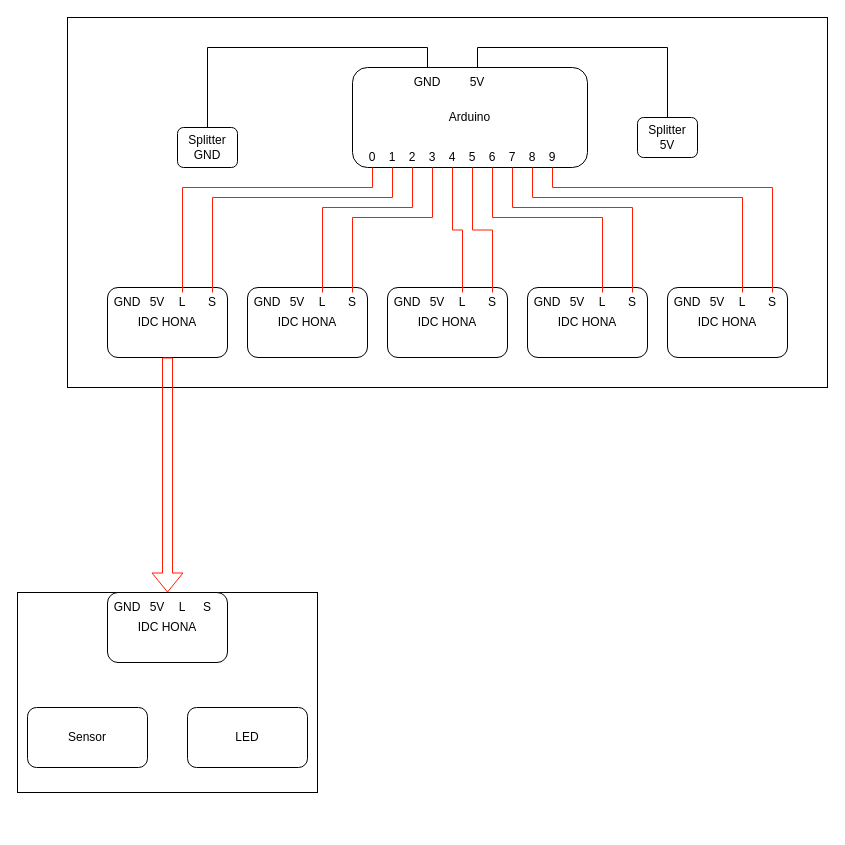
This is drawings/full_scetch.drawio from MattiasBerglund/christmas_gift, a draw.io file, before an edit. Source tidied: cells renumbered, new cells numbered last; positions are measured from the earlier drawing's top-left corner, leaving out a move shared by most shapes. Both pictures are drawn from the tidied source at 100%, with x=0, y=0 at pixel (17, 17).
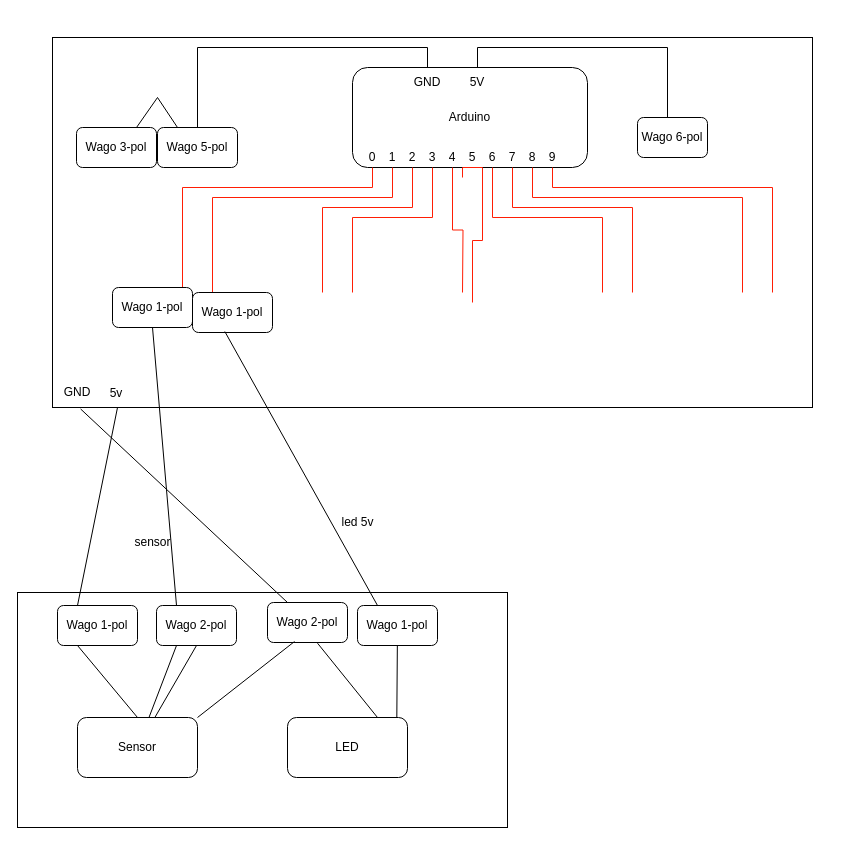
After the change.

Commit message (it also covers changes not shown here):
Christmas day: Some trimming with Henke

The change refers to these unchanged cells:
```xml
<mxCell id="36" value="0" style="text;html=1;strokeColor=none;fillColor=none;align=center;verticalAlign=middle;whiteSpace=wrap;rounded=0;" parent="1" vertex="1">
  <mxGeometry x="340" y="130" width="30" height="20" as="geometry" />
</mxCell>
<mxCell id="38" value="1" style="text;html=1;strokeColor=none;fillColor=none;align=center;verticalAlign=middle;whiteSpace=wrap;rounded=0;" parent="1" vertex="1">
  <mxGeometry x="360" y="130" width="30" height="20" as="geometry" />
</mxCell>
<mxCell id="40" value="2" style="text;html=1;strokeColor=none;fillColor=none;align=center;verticalAlign=middle;whiteSpace=wrap;rounded=0;" parent="1" vertex="1">
  <mxGeometry x="380" y="130" width="30" height="20" as="geometry" />
</mxCell>
<mxCell id="42" value="3" style="text;html=1;strokeColor=none;fillColor=none;align=center;verticalAlign=middle;whiteSpace=wrap;rounded=0;" parent="1" vertex="1">
  <mxGeometry x="400" y="130" width="30" height="20" as="geometry" />
</mxCell>
<mxCell id="44" value="4" style="text;html=1;strokeColor=none;fillColor=none;align=center;verticalAlign=middle;whiteSpace=wrap;rounded=0;" parent="1" vertex="1">
  <mxGeometry x="420" y="130" width="30" height="20" as="geometry" />
</mxCell>
<mxCell id="46" value="5" style="text;html=1;strokeColor=none;fillColor=none;align=center;verticalAlign=middle;whiteSpace=wrap;rounded=0;" parent="1" vertex="1">
  <mxGeometry x="440" y="130" width="30" height="20" as="geometry" />
</mxCell>
<mxCell id="48" value="6" style="text;html=1;strokeColor=none;fillColor=none;align=center;verticalAlign=middle;whiteSpace=wrap;rounded=0;" parent="1" vertex="1">
  <mxGeometry x="460" y="130" width="30" height="20" as="geometry" />
</mxCell>
<mxCell id="50" value="7" style="text;html=1;strokeColor=none;fillColor=none;align=center;verticalAlign=middle;whiteSpace=wrap;rounded=0;" parent="1" vertex="1">
  <mxGeometry x="480" y="130" width="30" height="20" as="geometry" />
</mxCell>
<mxCell id="52" value="8" style="text;html=1;strokeColor=none;fillColor=none;align=center;verticalAlign=middle;whiteSpace=wrap;rounded=0;" parent="1" vertex="1">
  <mxGeometry x="500" y="130" width="30" height="20" as="geometry" />
</mxCell>
<mxCell id="54" value="9" style="text;html=1;strokeColor=none;fillColor=none;align=center;verticalAlign=middle;whiteSpace=wrap;rounded=0;" parent="1" vertex="1">
  <mxGeometry x="520" y="130" width="30" height="20" as="geometry" />
</mxCell>
```

Change to the diagram source:
```diff
@@
     <mxCell id="2" style="rounded=0;whiteSpace=wrap;html=1;" parent="1" vertex="1">
-      <mxGeometry x="50" width="760" height="370" as="geometry" />
+      <mxGeometry x="35" y="20" width="760" height="370" as="geometry" />
     </mxCell>
@@
-    <mxCell id="4" value="IDC HONA" style="rounded=1;whiteSpace=wrap;html=1;" parent="1" vertex="1">
-      <mxGeometry x="90" y="270" width="120" height="70" as="geometry" />
-    </mxCell>
@@
-    <mxCell id="9" value="Splitter&lt;br&gt;GND" style="rounded=1;whiteSpace=wrap;html=1;" parent="1" vertex="1">
-      <mxGeometry x="160" y="110" width="60" height="40" as="geometry" />
+    <mxCell id="9" value="Wago 5-pol" style="rounded=1;whiteSpace=wrap;html=1;" parent="1" vertex="1">
+      <mxGeometry x="140" y="110" width="80" height="40" as="geometry" />
     </mxCell>
-    <mxCell id="10" value="Splitter&lt;br&gt;5V" style="rounded=1;whiteSpace=wrap;html=1;" parent="1" vertex="1">
-      <mxGeometry x="620" y="100" width="60" height="40" as="geometry" />
+    <mxCell id="10" value="Wago 6-pol&lt;br&gt;" style="rounded=1;whiteSpace=wrap;html=1;" parent="1" vertex="1">
+      <mxGeometry x="620" y="100" width="70" height="40" as="geometry" />
     </mxCell>
-    <mxCell id="11" value="GND" style="text;html=1;strokeColor=none;fillColor=none;align=center;verticalAlign=middle;whiteSpace=wrap;rounded=0;" parent="1" vertex="1">
-      <mxGeometry x="90" y="275" width="40" height="20" as="geometry" />
-    </mxCell>
-    <mxCell id="12" value="L" style="text;html=1;strokeColor=none;fillColor=none;align=center;verticalAlign=middle;whiteSpace=wrap;rounded=0;" parent="1" vertex="1">
-      <mxGeometry x="150" y="275" width="30" height="20" as="geometry" />
-    </mxCell>
-    <mxCell id="13" value="5V" style="text;html=1;strokeColor=none;fillColor=none;align=center;verticalAlign=middle;whiteSpace=wrap;rounded=0;" parent="1" vertex="1">
-      <mxGeometry x="130" y="275" width="20" height="20" as="geometry" />
-    </mxCell>
-    <mxCell id="14" value="S" style="text;html=1;strokeColor=none;fillColor=none;align=center;verticalAlign=middle;whiteSpace=wrap;rounded=0;" parent="1" vertex="1">
-      <mxGeometry x="180" y="275" width="30" height="20" as="geometry" />
-    </mxCell>
-    <mxCell id="15" value="IDC HONA" style="rounded=1;whiteSpace=wrap;html=1;" parent="1" vertex="1">
-      <mxGeometry x="230" y="270" width="120" height="70" as="geometry" />
-    </mxCell>
-    <mxCell id="16" value="GND" style="text;html=1;strokeColor=none;fillColor=none;align=center;verticalAlign=middle;whiteSpace=wrap;rounded=0;" parent="1" vertex="1">
-      <mxGeometry x="230" y="275" width="40" height="20" as="geometry" />
-    </mxCell>
-    <mxCell id="17" value="L" style="text;html=1;strokeColor=none;fillColor=none;align=center;verticalAlign=middle;whiteSpace=wrap;rounded=0;" parent="1" vertex="1">
-      <mxGeometry x="290" y="275" width="30" height="20" as="geometry" />
-    </mxCell>
-    <mxCell id="18" value="5V" style="text;html=1;strokeColor=none;fillColor=none;align=center;verticalAlign=middle;whiteSpace=wrap;rounded=0;" parent="1" vertex="1">
-      <mxGeometry x="270" y="275" width="20" height="20" as="geometry" />
-    </mxCell>
-    <mxCell id="19" value="S" style="text;html=1;strokeColor=none;fillColor=none;align=center;verticalAlign=middle;whiteSpace=wrap;rounded=0;" parent="1" vertex="1">
-      <mxGeometry x="320" y="275" width="30" height="20" as="geometry" />
-    </mxCell>
-    <mxCell id="20" value="IDC HONA" style="rounded=1;whiteSpace=wrap;html=1;" parent="1" vertex="1">
-      <mxGeometry x="370" y="270" width="120" height="70" as="geometry" />
-    </mxCell>
-    <mxCell id="21" value="GND" style="text;html=1;strokeColor=none;fillColor=none;align=center;verticalAlign=middle;whiteSpace=wrap;rounded=0;" parent="1" vertex="1">
-      <mxGeometry x="370" y="275" width="40" height="20" as="geometry" />
-    </mxCell>
-    <mxCell id="22" value="L" style="text;html=1;strokeColor=none;fillColor=none;align=center;verticalAlign=middle;whiteSpace=wrap;rounded=0;" parent="1" vertex="1">
-      <mxGeometry x="430" y="275" width="30" height="20" as="geometry" />
-    </mxCell>
-    <mxCell id="23" value="5V" style="text;html=1;strokeColor=none;fillColor=none;align=center;verticalAlign=middle;whiteSpace=wrap;rounded=0;" parent="1" vertex="1">
-      <mxGeometry x="410" y="275" width="20" height="20" as="geometry" />
-    </mxCell>
-    <mxCell id="24" value="S" style="text;html=1;strokeColor=none;fillColor=none;align=center;verticalAlign=middle;whiteSpace=wrap;rounded=0;" parent="1" vertex="1">
-      <mxGeometry x="460" y="275" width="30" height="20" as="geometry" />
-    </mxCell>
-    <mxCell id="25" value="IDC HONA" style="rounded=1;whiteSpace=wrap;html=1;" parent="1" vertex="1">
-      <mxGeometry x="510" y="270" width="120" height="70" as="geometry" />
-    </mxCell>
-    <mxCell id="26" value="GND" style="text;html=1;strokeColor=none;fillColor=none;align=center;verticalAlign=middle;whiteSpace=wrap;rounded=0;" parent="1" vertex="1">
-      <mxGeometry x="510" y="275" width="40" height="20" as="geometry" />
-    </mxCell>
-    <mxCell id="27" value="L" style="text;html=1;strokeColor=none;fillColor=none;align=center;verticalAlign=middle;whiteSpace=wrap;rounded=0;" parent="1" vertex="1">
-      <mxGeometry x="570" y="275" width="30" height="20" as="geometry" />
-    </mxCell>
-    <mxCell id="28" value="5V" style="text;html=1;strokeColor=none;fillColor=none;align=center;verticalAlign=middle;whiteSpace=wrap;rounded=0;" parent="1" vertex="1">
-      <mxGeometry x="550" y="275" width="20" height="20" as="geometry" />
-    </mxCell>
-    <mxCell id="29" value="S" style="text;html=1;strokeColor=none;fillColor=none;align=center;verticalAlign=middle;whiteSpace=wrap;rounded=0;" parent="1" vertex="1">
-      <mxGeometry x="600" y="275" width="30" height="20" as="geometry" />
-    </mxCell>
-    <mxCell id="30" value="IDC HONA" style="rounded=1;whiteSpace=wrap;html=1;" parent="1" vertex="1">
-      <mxGeometry x="650" y="270" width="120" height="70" as="geometry" />
-    </mxCell>
-    <mxCell id="31" value="GND" style="text;html=1;strokeColor=none;fillColor=none;align=center;verticalAlign=middle;whiteSpace=wrap;rounded=0;" parent="1" vertex="1">
-      <mxGeometry x="650" y="275" width="40" height="20" as="geometry" />
-    </mxCell>
-    <mxCell id="32" value="L" style="text;html=1;strokeColor=none;fillColor=none;align=center;verticalAlign=middle;whiteSpace=wrap;rounded=0;" parent="1" vertex="1">
-      <mxGeometry x="710" y="275" width="30" height="20" as="geometry" />
-    </mxCell>
-    <mxCell id="33" value="5V" style="text;html=1;strokeColor=none;fillColor=none;align=center;verticalAlign=middle;whiteSpace=wrap;rounded=0;" parent="1" vertex="1">
-      <mxGeometry x="690" y="275" width="20" height="20" as="geometry" />
-    </mxCell>
-    <mxCell id="34" value="S" style="text;html=1;strokeColor=none;fillColor=none;align=center;verticalAlign=middle;whiteSpace=wrap;rounded=0;" parent="1" vertex="1">
-      <mxGeometry x="740" y="275" width="30" height="20" as="geometry" />
-    </mxCell>
-    <mxCell id="35" style="edgeStyle=orthogonalEdgeStyle;rounded=0;jettySize=auto;html=1;exitX=0.5;exitY=1;exitDx=0;exitDy=0;entryX=0.5;entryY=0;entryDx=0;entryDy=0;strokeColor=#FF1E05;endArrow=none;endFill=0;" parent="1" edge="1" source="36" target="12">
+    <mxCell id="35" style="edgeStyle=orthogonalEdgeStyle;rounded=0;jettySize=auto;html=1;exitX=0.5;exitY=1;exitDx=0;exitDy=0;entryX=0.5;entryY=0;entryDx=0;entryDy=0;strokeColor=#FF1E05;endArrow=none;endFill=0;" parent="1" edge="1" source="36">
       <mxGeometry relative="1" as="geometry">
+        <mxPoint x="165" y="275" as="targetPoint" />
         <Array as="points">
           <mxPoint x="355" y="170" />
           <mxPoint x="165" y="170" />
         </Array>
       </mxGeometry>
     </mxCell>
@@
-    <mxCell id="37" style="edgeStyle=orthogonalEdgeStyle;rounded=0;jettySize=auto;html=1;entryX=0.5;entryY=0;entryDx=0;entryDy=0;strokeColor=#FF1E05;endArrow=none;endFill=0;" parent="1" edge="1" source="38" target="14">
+    <mxCell id="37" style="edgeStyle=orthogonalEdgeStyle;rounded=0;jettySize=auto;html=1;entryX=0.5;entryY=0;entryDx=0;entryDy=0;strokeColor=#FF1E05;endArrow=none;endFill=0;" parent="1" edge="1" source="38">
       <mxGeometry relative="1" as="geometry">
+        <mxPoint x="195" y="275" as="targetPoint" />
         <Array as="points">
           <mxPoint x="375" y="180" />
           <mxPoint x="195" y="180" />
         </Array>
       </mxGeometry>
     </mxCell>
@@
-    <mxCell id="39" style="edgeStyle=orthogonalEdgeStyle;rounded=0;jettySize=auto;html=1;exitX=0.5;exitY=1;exitDx=0;exitDy=0;entryX=0.5;entryY=0;entryDx=0;entryDy=0;strokeColor=#FF1E05;endArrow=none;endFill=0;" parent="1" edge="1" source="40" target="17">
+    <mxCell id="39" style="edgeStyle=orthogonalEdgeStyle;rounded=0;jettySize=auto;html=1;exitX=0.5;exitY=1;exitDx=0;exitDy=0;entryX=0.5;entryY=0;entryDx=0;entryDy=0;strokeColor=#FF1E05;endArrow=none;endFill=0;" parent="1" edge="1" source="40">
       <mxGeometry relative="1" as="geometry">
+        <mxPoint x="305" y="275" as="targetPoint" />
         <Array as="points">
           <mxPoint x="395" y="190" />
           <mxPoint x="305" y="190" />
         </Array>
       </mxGeometry>
     </mxCell>
@@
-    <mxCell id="41" style="edgeStyle=orthogonalEdgeStyle;rounded=0;jettySize=auto;html=1;entryX=0.5;entryY=0;entryDx=0;entryDy=0;strokeColor=#FF1E05;endArrow=none;endFill=0;" parent="1" edge="1" source="42" target="19">
+    <mxCell id="41" style="edgeStyle=orthogonalEdgeStyle;rounded=0;jettySize=auto;html=1;entryX=0.5;entryY=0;entryDx=0;entryDy=0;strokeColor=#FF1E05;endArrow=none;endFill=0;" parent="1" edge="1" source="42">
       <mxGeometry relative="1" as="geometry">
+        <mxPoint x="335" y="275" as="targetPoint" />
         <Array as="points">
           <mxPoint x="415" y="200" />
           <mxPoint x="335" y="200" />
         </Array>
       </mxGeometry>
     </mxCell>
@@
-    <mxCell id="43" style="edgeStyle=orthogonalEdgeStyle;rounded=0;jettySize=auto;html=1;entryX=0.5;entryY=0;entryDx=0;entryDy=0;strokeColor=#FF1E05;endArrow=none;endFill=0;" parent="1" edge="1" source="44" target="22">
-      <mxGeometry relative="1" as="geometry" />
+    <mxCell id="43" style="edgeStyle=orthogonalEdgeStyle;rounded=0;jettySize=auto;html=1;entryX=0.5;entryY=0;entryDx=0;entryDy=0;strokeColor=#FF1E05;endArrow=none;endFill=0;" parent="1" edge="1" source="44">
+      <mxGeometry relative="1" as="geometry">
+        <mxPoint x="445" y="275" as="targetPoint" />
+      </mxGeometry>
     </mxCell>
@@
-    <mxCell id="45" style="edgeStyle=orthogonalEdgeStyle;rounded=0;jettySize=auto;html=1;entryX=0.5;entryY=0;entryDx=0;entryDy=0;strokeColor=#FF1E05;endArrow=none;endFill=0;" parent="1" edge="1" source="46" target="24">
-      <mxGeometry relative="1" as="geometry" />
-    </mxCell>
@@
-    <mxCell id="47" style="edgeStyle=orthogonalEdgeStyle;rounded=0;jettySize=auto;html=1;exitX=0.5;exitY=1;exitDx=0;exitDy=0;entryX=0.5;entryY=0;entryDx=0;entryDy=0;strokeColor=#FF1E05;endArrow=none;endFill=0;" parent="1" edge="1" source="48" target="27">
+    <mxCell id="47" style="edgeStyle=orthogonalEdgeStyle;rounded=0;jettySize=auto;html=1;exitX=0.5;exitY=1;exitDx=0;exitDy=0;entryX=0.5;entryY=0;entryDx=0;entryDy=0;strokeColor=#FF1E05;endArrow=none;endFill=0;" parent="1" edge="1" source="48">
       <mxGeometry relative="1" as="geometry">
+        <mxPoint x="585" y="275" as="targetPoint" />
         <Array as="points">
           <mxPoint x="475" y="200" />
           <mxPoint x="585" y="200" />
         </Array>
       </mxGeometry>
     </mxCell>
@@
-    <mxCell id="49" style="edgeStyle=orthogonalEdgeStyle;rounded=0;jettySize=auto;html=1;entryX=0.5;entryY=0;entryDx=0;entryDy=0;strokeColor=#FF1E05;endArrow=none;endFill=0;" parent="1" edge="1" source="50" target="29">
+    <mxCell id="49" style="edgeStyle=orthogonalEdgeStyle;rounded=0;jettySize=auto;html=1;entryX=0.5;entryY=0;entryDx=0;entryDy=0;strokeColor=#FF1E05;endArrow=none;endFill=0;" parent="1" edge="1" source="50">
       <mxGeometry relative="1" as="geometry">
+        <mxPoint x="615" y="275" as="targetPoint" />
         <Array as="points">
           <mxPoint x="495" y="190" />
           <mxPoint x="615" y="190" />
         </Array>
       </mxGeometry>
     </mxCell>
@@
-    <mxCell id="51" style="edgeStyle=orthogonalEdgeStyle;rounded=0;jettySize=auto;html=1;entryX=0.5;entryY=0;entryDx=0;entryDy=0;strokeColor=#FF1E05;endArrow=none;endFill=0;" parent="1" edge="1" source="52" target="32">
+    <mxCell id="51" style="edgeStyle=orthogonalEdgeStyle;rounded=0;jettySize=auto;html=1;entryX=0.5;entryY=0;entryDx=0;entryDy=0;strokeColor=#FF1E05;endArrow=none;endFill=0;" parent="1" edge="1" source="52">
       <mxGeometry relative="1" as="geometry">
+        <mxPoint x="725" y="275" as="targetPoint" />
         <Array as="points">
           <mxPoint x="515" y="180" />
           <mxPoint x="725" y="180" />
         </Array>
       </mxGeometry>
     </mxCell>
@@
-    <mxCell id="53" style="edgeStyle=orthogonalEdgeStyle;rounded=0;jettySize=auto;html=1;entryX=0.5;entryY=0;entryDx=0;entryDy=0;strokeColor=#FF1E05;endArrow=none;endFill=0;" parent="1" edge="1" source="54" target="34">
+    <mxCell id="53" style="edgeStyle=orthogonalEdgeStyle;rounded=0;jettySize=auto;html=1;entryX=0.5;entryY=0;entryDx=0;entryDy=0;strokeColor=#FF1E05;endArrow=none;endFill=0;" parent="1" edge="1" source="54">
       <mxGeometry relative="1" as="geometry">
+        <mxPoint x="755" y="275" as="targetPoint" />
         <Array as="points">
           <mxPoint x="535" y="170" />
           <mxPoint x="755" y="170" />
         </Array>
       </mxGeometry>
     </mxCell>
@@
     <mxCell id="55" style="rounded=0;whiteSpace=wrap;html=1;" parent="1" vertex="1">
-      <mxGeometry y="575" width="300" height="200" as="geometry" />
+      <mxGeometry y="575" width="490" height="235" as="geometry" />
     </mxCell>
-    <mxCell id="56" value="IDC HONA" style="rounded=1;whiteSpace=wrap;html=1;" parent="1" vertex="1">
-      <mxGeometry x="90" y="575" width="120" height="70" as="geometry" />
-    </mxCell>
-    <mxCell id="57" value="GND" style="text;html=1;strokeColor=none;fillColor=none;align=center;verticalAlign=middle;whiteSpace=wrap;rounded=0;" parent="1" vertex="1">
-      <mxGeometry x="90" y="580" width="40" height="20" as="geometry" />
-    </mxCell>
-    <mxCell id="58" value="L" style="text;html=1;strokeColor=none;fillColor=none;align=center;verticalAlign=middle;whiteSpace=wrap;rounded=0;" parent="1" vertex="1">
-      <mxGeometry x="150" y="580" width="30" height="20" as="geometry" />
-    </mxCell>
-    <mxCell id="59" value="5V" style="text;html=1;strokeColor=none;fillColor=none;align=center;verticalAlign=middle;whiteSpace=wrap;rounded=0;" parent="1" vertex="1">
-      <mxGeometry x="130" y="580" width="20" height="20" as="geometry" />
-    </mxCell>
-    <mxCell id="60" value="S" style="text;html=1;strokeColor=none;fillColor=none;align=center;verticalAlign=middle;whiteSpace=wrap;rounded=0;" parent="1" vertex="1">
-      <mxGeometry x="175" y="580" width="30" height="20" as="geometry" />
-    </mxCell>
-    <mxCell id="61" style="shape=flexArrow;endArrow=classic;html=1;rounded=0;strokeColor=#FF1E05;exitX=0.5;exitY=1;exitDx=0;exitDy=0;entryX=0.5;entryY=0;entryDx=0;entryDy=0;" parent="1" edge="1" source="4" target="56">
-      <mxGeometry relative="1" as="geometry" />
-    </mxCell>
     <mxCell id="62" value="Sensor" style="rounded=1;whiteSpace=wrap;html=1;" parent="1" vertex="1">
-      <mxGeometry x="10" y="690" width="120" height="60" as="geometry" />
+      <mxGeometry x="60" y="700" width="120" height="60" as="geometry" />
     </mxCell>
     <mxCell id="63" value="LED" style="rounded=1;whiteSpace=wrap;html=1;" parent="1" vertex="1">
-      <mxGeometry x="170" y="690" width="120" height="60" as="geometry" />
+      <mxGeometry x="270" y="700" width="120" height="60" as="geometry" />
     </mxCell>
+    <mxCell id="64" value="Wago 1-pol" style="rounded=1;whiteSpace=wrap;html=1;" parent="1" vertex="1">
+      <mxGeometry x="95" y="270" width="80" height="40" as="geometry" />
+    </mxCell>
+    <mxCell id="65" value="Wago 1-pol" style="rounded=1;whiteSpace=wrap;html=1;" parent="1" vertex="1">
+      <mxGeometry x="175" y="275" width="80" height="40" as="geometry" />
+    </mxCell>
+    <mxCell id="66" style="edgeStyle=orthogonalEdgeStyle;rounded=0;orthogonalLoop=1;jettySize=auto;html=1;entryX=0.5;entryY=0;entryDx=0;entryDy=0;strokeColor=#FF1E05;endArrow=none;endFill=0;" parent="1" edge="1">
+      <mxGeometry relative="1" as="geometry">
+        <mxPoint x="445" y="160" as="sourcePoint" />
+        <mxPoint x="455" y="285" as="targetPoint" />
+        <Array as="points">
+          <mxPoint x="445" y="150" />
+          <mxPoint x="465" y="150" />
+          <mxPoint x="465" y="223" />
+          <mxPoint x="455" y="223" />
+        </Array>
+      </mxGeometry>
+    </mxCell>
+    <mxCell id="67" style="endArrow=none;html=1;rounded=0;entryX=0.037;entryY=1.004;entryDx=0;entryDy=0;entryPerimeter=0;exitX=0.25;exitY=0;exitDx=0;exitDy=0;" parent="1" edge="1" source="73" target="2">
+      <mxGeometry relative="1" as="geometry" />
+    </mxCell>
+    <mxCell id="68" style="endArrow=none;html=1;rounded=0;entryX=0.037;entryY=1.004;entryDx=0;entryDy=0;entryPerimeter=0;exitX=0.25;exitY=0;exitDx=0;exitDy=0;" parent="1" edge="1" source="74">
+      <mxGeometry relative="1" as="geometry">
+        <mxPoint x="100" y="390" as="targetPoint" />
+      </mxGeometry>
+    </mxCell>
+    <mxCell id="69" style="endArrow=none;html=1;rounded=0;exitX=0.25;exitY=0;exitDx=0;exitDy=0;entryX=0.5;entryY=1;entryDx=0;entryDy=0;" parent="1" edge="1" source="77" target="64">
+      <mxGeometry relative="1" as="geometry" />
+    </mxCell>
+    <mxCell id="70" style="endArrow=none;html=1;rounded=0;entryX=0.404;entryY=0.975;entryDx=0;entryDy=0;entryPerimeter=0;exitX=0.25;exitY=0;exitDx=0;exitDy=0;" parent="1" edge="1" source="78" target="65">
+      <mxGeometry relative="1" as="geometry" />
+    </mxCell>
+    <mxCell id="71" value="GND" style="text;html=1;strokeColor=none;fillColor=none;align=center;verticalAlign=middle;whiteSpace=wrap;rounded=0;" parent="1" vertex="1">
+      <mxGeometry x="40" y="360" width="40" height="30" as="geometry" />
+    </mxCell>
+    <mxCell id="72" value="5v" style="text;html=1;strokeColor=none;fillColor=none;align=center;verticalAlign=middle;whiteSpace=wrap;rounded=0;" parent="1" vertex="1">
+      <mxGeometry x="79" y="361" width="40" height="30" as="geometry" />
+    </mxCell>
+    <mxCell id="73" value="Wago 2-pol" style="rounded=1;whiteSpace=wrap;html=1;" parent="1" vertex="1">
+      <mxGeometry x="250" y="585" width="80" height="40" as="geometry" />
+    </mxCell>
+    <mxCell id="74" value="Wago 1-pol" style="rounded=1;whiteSpace=wrap;html=1;" parent="1" vertex="1">
+      <mxGeometry x="40" y="588" width="80" height="40" as="geometry" />
+    </mxCell>
+    <mxCell id="75" style="endArrow=none;html=1;rounded=0;entryX=0.25;entryY=1;entryDx=0;entryDy=0;exitX=0.5;exitY=0;exitDx=0;exitDy=0;" parent="1" edge="1" source="62" target="74">
+      <mxGeometry relative="1" as="geometry" />
+    </mxCell>
+    <mxCell id="76" style="endArrow=none;html=1;rounded=0;exitX=0.75;exitY=0;exitDx=0;exitDy=0;entryX=0.625;entryY=1.017;entryDx=0;entryDy=0;entryPerimeter=0;" parent="1" edge="1" source="63" target="73">
+      <mxGeometry relative="1" as="geometry" />
+    </mxCell>
+    <mxCell id="77" value="Wago 2-pol" style="rounded=1;whiteSpace=wrap;html=1;" parent="1" vertex="1">
+      <mxGeometry x="139" y="588" width="80" height="40" as="geometry" />
+    </mxCell>
+    <mxCell id="78" value="Wago 1-pol" style="rounded=1;whiteSpace=wrap;html=1;" parent="1" vertex="1">
+      <mxGeometry x="340" y="588" width="80" height="40" as="geometry" />
+    </mxCell>
+    <mxCell id="79" style="endArrow=none;html=1;rounded=0;entryX=0.25;entryY=1;entryDx=0;entryDy=0;" parent="1" edge="1" source="62" target="77">
+      <mxGeometry relative="1" as="geometry" />
+    </mxCell>
+    <mxCell id="80" style="endArrow=none;html=1;rounded=0;exitX=0.5;exitY=1;exitDx=0;exitDy=0;" parent="1" edge="1" source="77" target="62">
+      <mxGeometry relative="1" as="geometry" />
+    </mxCell>
+    <mxCell id="81" style="endArrow=none;html=1;rounded=0;exitX=0.911;exitY=0;exitDx=0;exitDy=0;exitPerimeter=0;" parent="1" edge="1" source="63" target="78">
+      <mxGeometry relative="1" as="geometry" />
+    </mxCell>
+    <mxCell id="82" value="Wago 3-pol" style="rounded=1;whiteSpace=wrap;html=1;" parent="1" vertex="1">
+      <mxGeometry x="59" y="110" width="80" height="40" as="geometry" />
+    </mxCell>
+    <mxCell id="83" style="endArrow=none;html=1;rounded=0;entryX=0.75;entryY=0;entryDx=0;entryDy=0;exitX=0.25;exitY=0;exitDx=0;exitDy=0;" parent="1" edge="1" source="9" target="82">
+      <mxGeometry relative="1" as="geometry">
+        <Array as="points">
+          <mxPoint x="140" y="80" />
+        </Array>
+      </mxGeometry>
+    </mxCell>
+    <mxCell id="84" value="sensor&lt;br&gt;" style="text;html=1;align=center;verticalAlign=middle;strokeColor=none;fillColor=none;" parent="1" vertex="1">
+      <mxGeometry x="105" y="510" width="60" height="30" as="geometry" />
+    </mxCell>
+    <mxCell id="85" value="led 5v" style="text;html=1;align=center;verticalAlign=middle;strokeColor=none;fillColor=none;" parent="1" vertex="1">
+      <mxGeometry x="310" y="490" width="60" height="30" as="geometry" />
+    </mxCell>
+    <mxCell id="86" style="endArrow=none;html=1;rounded=0;exitX=0.338;exitY=0.975;exitDx=0;exitDy=0;exitPerimeter=0;entryX=1;entryY=0;entryDx=0;entryDy=0;" parent="1" edge="1" source="73" target="62">
+      <mxGeometry relative="1" as="geometry" />
+    </mxCell>
```
